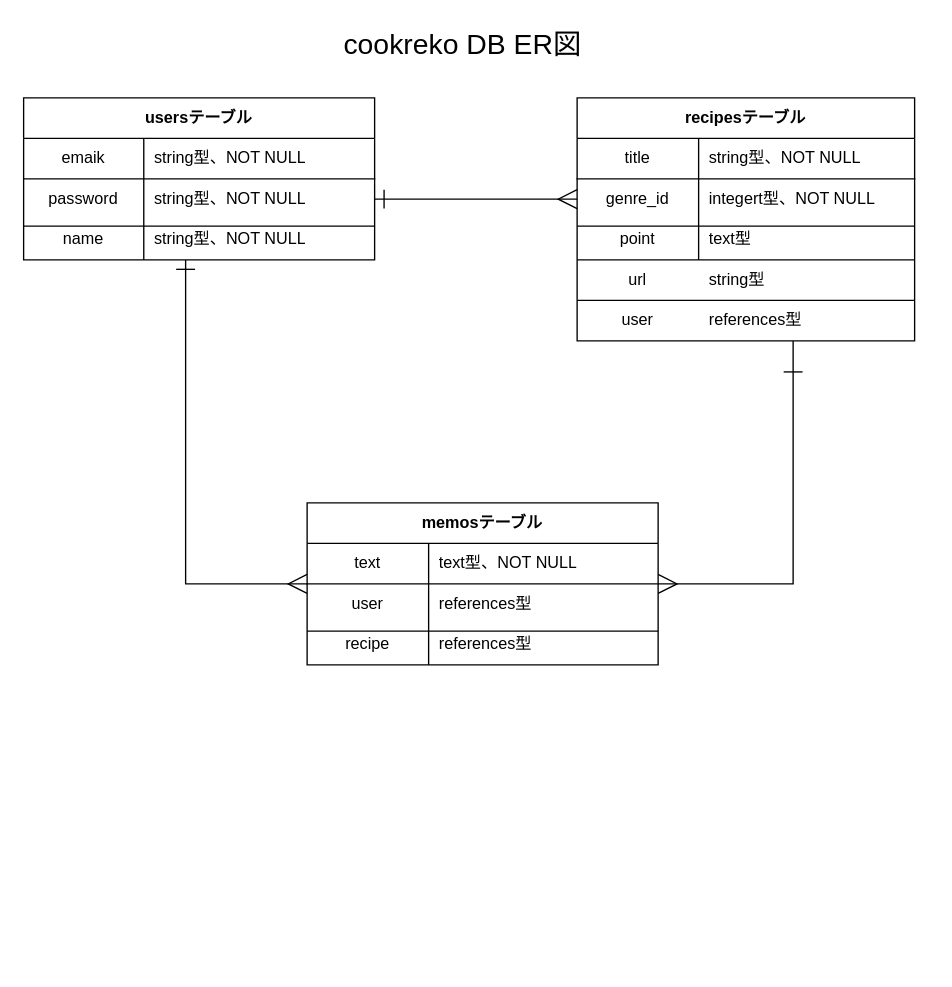
The draw.io diagram cookreko.dio in mopomi/cookreco, before the edit. Source tidied: cells renumbered, new cells numbered last; positions are measured from the earlier drawing's top-left corner, leaving out a move shared by most shapes. Both pictures are drawn from the tidied source at 135%, with x=0, y=0 at pixel (23, 23).
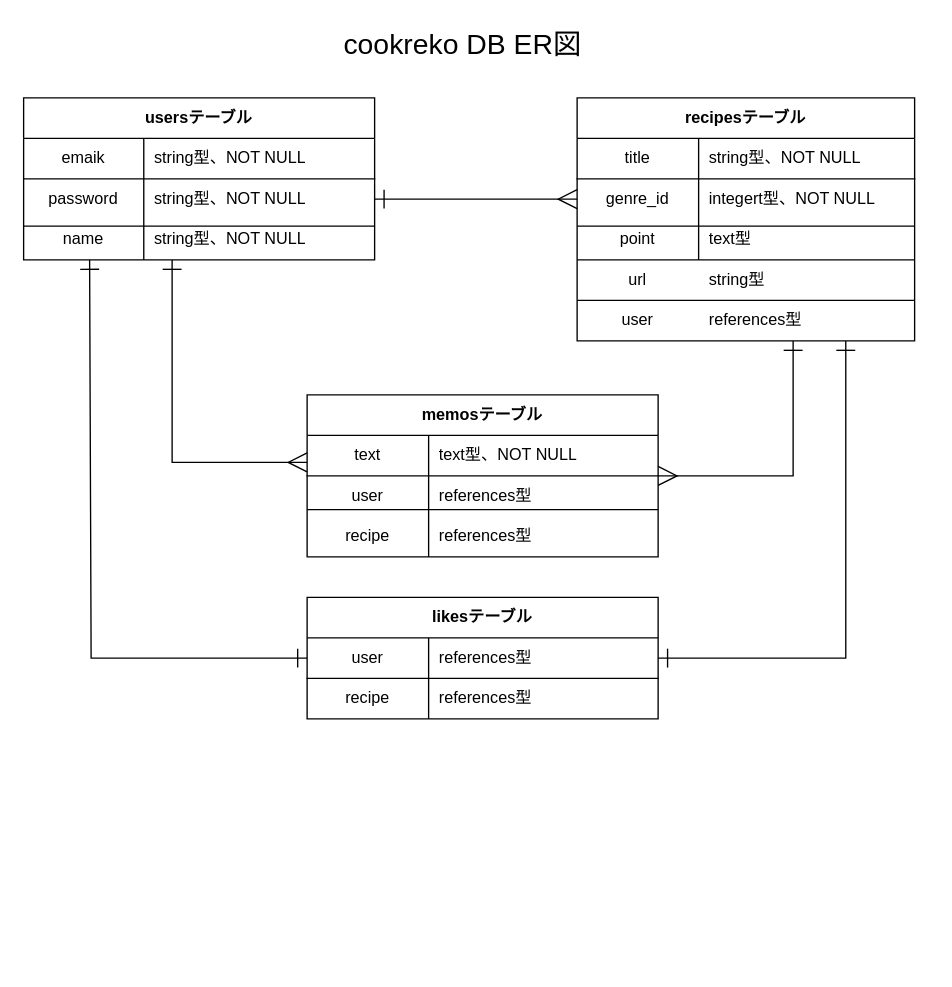
The same diagram, later.

Unchanged cells that the change refers to:
```xml
<mxCell id="23" style="shape=partialRectangle;html=1;whiteSpace=wrap;fillColor=none;top=0;left=0;bottom=0;right=0;points=[[0,0.5],[1,0.5]];portConstraint=eastwest;" parent="16" vertex="1">
  <mxGeometry y="90" width="260" height="30" as="geometry" />
</mxCell>
<mxCell id="27" style="shape=partialRectangle;html=1;whiteSpace=wrap;fillColor=none;top=0;left=0;bottom=1;right=0;points=[[0,0.5],[1,0.5]];portConstraint=eastwest;" parent="26" vertex="1">
  <mxGeometry y="30" width="260" height="30" as="geometry" />
</mxCell>
<mxCell id="30" style="shape=partialRectangle;html=1;whiteSpace=wrap;fillColor=none;top=0;left=0;bottom=0;right=0;" parent="26" vertex="1">
  <mxGeometry y="60" width="260" height="30" as="geometry" />
</mxCell>
```

What changed in the source:
```diff
@@
     <mxCell id="15" style="line;strokeWidth=1;html=1;fillColor=#ffffff;fontSize=1;" parent="1" vertex="1">
-      <mxGeometry x="210" y="445" width="260" height="10" as="geometry" />
+      <mxGeometry x="210" y="355" width="260" height="10" as="geometry" />
     </mxCell>
@@
-    <mxCell id="26" value="memosテーブル" style="shape=table;html=1;whiteSpace=wrap;startSize=30;childLayout=tableLayout;rowLines=0;fontStyle=1;align=center;" parent="1" vertex="1">
-      <mxGeometry x="210" y="355" width="260" height="120" as="geometry" />
+    <mxCell id="26" value="likesテーブル" style="shape=table;html=1;whiteSpace=wrap;startSize=30;childLayout=tableLayout;rowLines=0;fontStyle=1;align=center;" parent="1" vertex="1">
+      <mxGeometry x="210" y="425" width="260" height="90" as="geometry" />
     </mxCell>
@@
-    <mxCell id="28" value="text" style="shape=partialRectangle;html=1;whiteSpace=wrap;fillColor=none;top=0;left=0;bottom=0;right=0;overflow=hidden;" parent="27" vertex="1">
+    <mxCell id="28" value="&lt;span&gt;user&lt;/span&gt;" style="shape=partialRectangle;html=1;whiteSpace=wrap;fillColor=none;top=0;left=0;bottom=0;right=0;overflow=hidden;" parent="27" vertex="1">
       <mxGeometry width="90" height="30" as="geometry" />
     </mxCell>
-    <mxCell id="29" value="text型、NOT NULL" style="shape=partialRectangle;html=1;whiteSpace=wrap;fillColor=none;top=0;left=0;bottom=0;right=0;align=left;spacingLeft=6;overflow=hidden;" parent="27" vertex="1">
+    <mxCell id="29" value="&lt;span&gt;references型&lt;/span&gt;" style="shape=partialRectangle;html=1;whiteSpace=wrap;fillColor=none;top=0;left=0;bottom=0;right=0;align=left;spacingLeft=6;overflow=hidden;" parent="27" vertex="1">
       <mxGeometry x="90" width="170" height="30" as="geometry" />
     </mxCell>
@@
-    <mxCell id="31" value="user" style="shape=partialRectangle;html=1;whiteSpace=wrap;fillColor=none;top=0;left=0;bottom=0;right=0;overflow=hidden;" parent="30" vertex="1">
+    <mxCell id="31" value="recipe" style="shape=partialRectangle;html=1;whiteSpace=wrap;fillColor=none;top=0;left=0;bottom=0;right=0;overflow=hidden;" parent="30" vertex="1">
       <mxGeometry width="90" height="30" as="geometry" />
     </mxCell>
@@
-    <mxCell id="33" style="shape=partialRectangle;html=1;whiteSpace=wrap;fillColor=none;top=0;left=0;bottom=0;right=0;" parent="26" vertex="1">
-      <mxGeometry y="90" width="260" height="30" as="geometry" />
-    </mxCell>
-    <mxCell id="34" value="recipe" style="shape=partialRectangle;html=1;whiteSpace=wrap;fillColor=none;top=0;left=0;bottom=0;right=0;overflow=hidden;" parent="33" vertex="1">
-      <mxGeometry width="90" height="30" as="geometry" />
-    </mxCell>
-    <mxCell id="35" value="references型" style="shape=partialRectangle;html=1;whiteSpace=wrap;fillColor=none;top=0;left=0;bottom=0;right=0;align=left;spacingLeft=6;overflow=hidden;" parent="33" vertex="1">
-      <mxGeometry x="90" width="170" height="30" as="geometry" />
-    </mxCell>
@@
     <mxCell id="37" style="endArrow=ERone;html=1;strokeWidth=1;fontSize=1;startArrow=ERmany;startFill=0;endFill=0;endSize=12;rounded=0;startSize=12;" parent="1" edge="1">
       <mxGeometry relative="1" as="geometry">
-        <mxPoint x="210" y="415" as="sourcePoint" />
-        <mxPoint x="120" y="175" as="targetPoint" />
+        <mxPoint x="210" y="325" as="sourcePoint" />
+        <mxPoint x="110" y="175" as="targetPoint" />
         <Array as="points">
-          <mxPoint x="170" y="415" />
-          <mxPoint x="120" y="415" />
+          <mxPoint x="160" y="325" />
+          <mxPoint x="110" y="325" />
         </Array>
       </mxGeometry>
     </mxCell>
     <mxCell id="38" style="endArrow=ERone;html=1;strokeWidth=1;fontSize=1;rounded=0;startArrow=ERmany;startFill=0;endFill=0;endSize=12;startSize=12;" parent="1" edge="1">
       <mxGeometry relative="1" as="geometry">
-        <mxPoint x="470" y="415" as="sourcePoint" />
-        <mxPoint x="570" y="265" as="targetPoint" />
+        <mxPoint x="470" y="335" as="sourcePoint" />
+        <mxPoint x="570" y="235" as="targetPoint" />
         <Array as="points">
-          <mxPoint x="570" y="415" />
-          <mxPoint x="570" y="235" />
+          <mxPoint x="570" y="335" />
         </Array>
       </mxGeometry>
     </mxCell>
@@
+    <mxCell id="46" value="memosテーブル" style="shape=table;html=1;whiteSpace=wrap;startSize=30;childLayout=tableLayout;rowLines=0;fontStyle=1;align=center;" parent="1" vertex="1">
+      <mxGeometry x="210" y="275" width="260" height="120" as="geometry" />
+    </mxCell>
+    <mxCell id="47" style="shape=partialRectangle;html=1;whiteSpace=wrap;fillColor=none;top=0;left=0;bottom=1;right=0;" parent="46" vertex="1">
+      <mxGeometry y="30" width="260" height="30" as="geometry" />
+    </mxCell>
+    <mxCell id="48" value="text" style="shape=partialRectangle;html=1;whiteSpace=wrap;fillColor=none;top=0;left=0;bottom=0;right=0;overflow=hidden;" parent="47" vertex="1">
+      <mxGeometry width="90" height="30" as="geometry" />
+    </mxCell>
+    <mxCell id="49" value="text型、NOT NULL" style="shape=partialRectangle;html=1;whiteSpace=wrap;fillColor=none;top=0;left=0;bottom=0;right=0;align=left;spacingLeft=6;overflow=hidden;" parent="47" vertex="1">
+      <mxGeometry x="90" width="170" height="30" as="geometry" />
+    </mxCell>
+    <mxCell id="50" style="shape=partialRectangle;html=1;whiteSpace=wrap;fillColor=none;top=0;left=0;bottom=0;right=0;" parent="46" vertex="1">
+      <mxGeometry y="60" width="260" height="30" as="geometry" />
+    </mxCell>
+    <mxCell id="51" value="user" style="shape=partialRectangle;html=1;whiteSpace=wrap;fillColor=none;top=0;left=0;bottom=0;right=0;overflow=hidden;" parent="50" vertex="1">
+      <mxGeometry width="90" height="30" as="geometry" />
+    </mxCell>
+    <mxCell id="52" value="references型" style="shape=partialRectangle;html=1;whiteSpace=wrap;fillColor=none;top=0;left=0;bottom=0;right=0;align=left;spacingLeft=6;overflow=hidden;" parent="50" vertex="1">
+      <mxGeometry x="90" width="170" height="30" as="geometry" />
+    </mxCell>
+    <mxCell id="33" style="shape=partialRectangle;html=1;whiteSpace=wrap;fillColor=none;top=0;left=0;bottom=0;right=0;" parent="46" vertex="1">
+      <mxGeometry y="90" width="260" height="30" as="geometry" />
+    </mxCell>
+    <mxCell id="34" value="recipe" style="shape=partialRectangle;html=1;whiteSpace=wrap;fillColor=none;top=0;left=0;bottom=0;right=0;overflow=hidden;" parent="33" vertex="1">
+      <mxGeometry width="90" height="30" as="geometry" />
+    </mxCell>
+    <mxCell id="53" value="references型" style="shape=partialRectangle;html=1;whiteSpace=wrap;fillColor=none;top=0;left=0;bottom=0;right=0;align=left;spacingLeft=6;overflow=hidden;" parent="33" vertex="1">
+      <mxGeometry x="90" width="170" height="30" as="geometry" />
+    </mxCell>
+    <mxCell id="54" style="endArrow=ERone;html=1;exitX=0;exitY=0.5;exitDx=0;exitDy=0;rounded=0;startArrow=ERone;startFill=0;endFill=0;endSize=12;startSize=12;entryX=0.188;entryY=1;entryDx=0;entryDy=0;entryPerimeter=0;" parent="1" edge="1" source="27" target="23">
+      <mxGeometry relative="1" as="geometry">
+        <Array as="points">
+          <mxPoint x="50" y="470" />
+        </Array>
+      </mxGeometry>
+    </mxCell>
+    <mxCell id="55" style="endArrow=ERone;html=1;rounded=0;startArrow=ERone;startFill=0;endFill=0;endSize=12;startSize=12;" parent="1" edge="1">
+      <mxGeometry relative="1" as="geometry">
+        <mxPoint x="470" y="470" as="sourcePoint" />
+        <mxPoint x="609" y="235" as="targetPoint" />
+        <Array as="points">
+          <mxPoint x="470" y="470" />
+          <mxPoint x="609" y="470" />
+        </Array>
+      </mxGeometry>
+    </mxCell>
```
